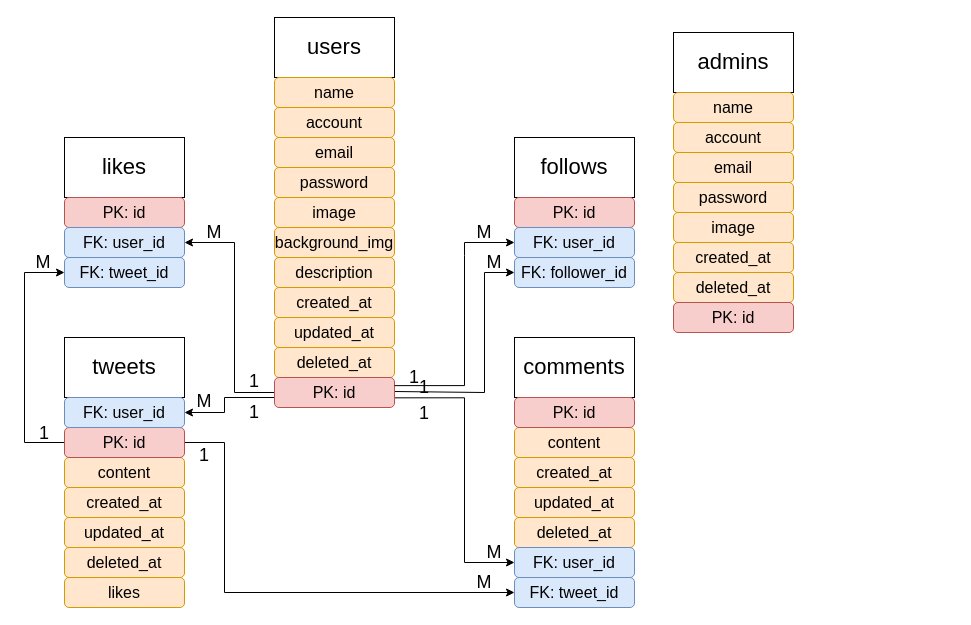
Before: page "Simple Twitter" (1 of 3) of AC Diagram.drawio in hazelisles/hazelisles, a draw.io diagram. Source tidied: cells renumbered, new cells numbered last; positions are measured from the earlier drawing's top-left corner, leaving out a move shared by most shapes. Both pictures are drawn from the tidied source at 100%, with x=0, y=0 at pixel (23, 17).
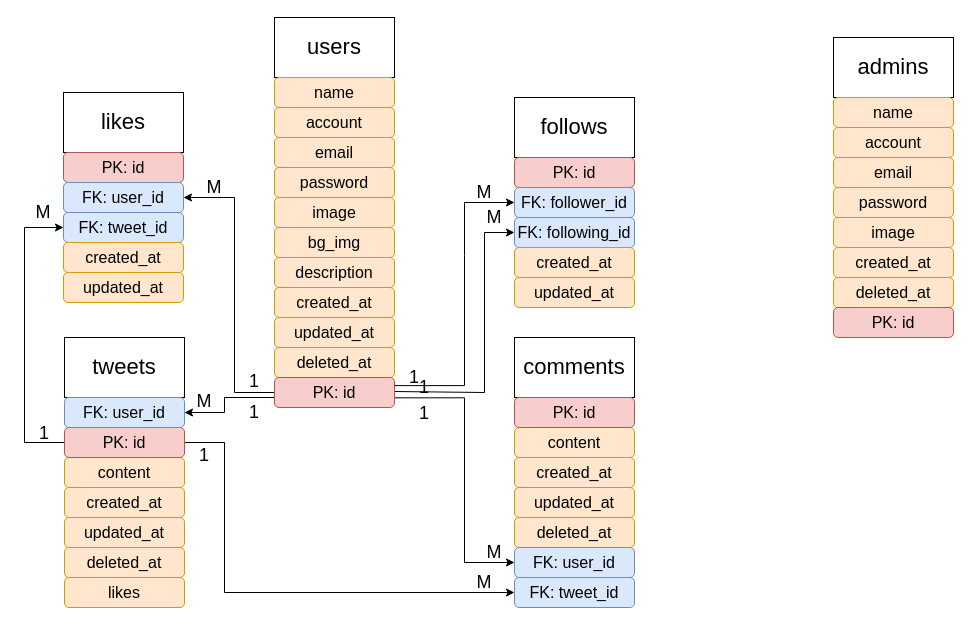
After the change.

Commit message:
Update AC Simple Twitter

Unchanged cells that the change refers to:
```xml
<mxCell id="31" value="&lt;font style=&quot;font-size: 16px&quot;&gt;PK: id&lt;/font&gt;" style="rounded=1;whiteSpace=wrap;html=1;fillColor=#f8cecc;strokeColor=#b85450;" parent="1" vertex="1">
  <mxGeometry x="251" y="360" width="120" height="30" as="geometry" />
</mxCell>
<mxCell id="36" value="&lt;font style=&quot;font-size: 16px&quot;&gt;PK: id&lt;/font&gt;" style="rounded=1;whiteSpace=wrap;html=1;fillColor=#f8cecc;strokeColor=#b85450;" parent="1" vertex="1">
  <mxGeometry x="41" y="410" width="120" height="30" as="geometry" />
</mxCell>
```

Change to the diagram source:
```diff
@@
     <mxCell id="3" value="&lt;font style=&quot;font-size: 22px&quot;&gt;likes&lt;/font&gt;" style="rounded=0;whiteSpace=wrap;html=1;" parent="1" vertex="1">
-      <mxGeometry x="41" y="120" width="120" height="60" as="geometry" />
+      <mxGeometry x="40" y="75" width="120" height="60" as="geometry" />
     </mxCell>
     <mxCell id="4" value="&lt;font style=&quot;font-size: 22px&quot;&gt;follows&lt;/font&gt;" style="rounded=0;whiteSpace=wrap;html=1;" parent="1" vertex="1">
-      <mxGeometry x="491" y="120" width="120" height="60" as="geometry" />
+      <mxGeometry x="491" y="80" width="120" height="60" as="geometry" />
     </mxCell>
@@
     <mxCell id="7" value="&lt;font style=&quot;font-size: 22px&quot;&gt;admins&lt;/font&gt;" style="rounded=0;whiteSpace=wrap;html=1;" parent="1" vertex="1">
-      <mxGeometry x="650" y="15" width="120" height="60" as="geometry" />
+      <mxGeometry x="810" y="20" width="120" height="60" as="geometry" />
     </mxCell>
@@
-    <mxCell id="13" value="&lt;font style=&quot;font-size: 16px&quot;&gt;background_img&lt;/font&gt;" style="rounded=1;whiteSpace=wrap;html=1;fillColor=#ffe6cc;strokeColor=#d79b00;" parent="1" vertex="1">
+    <mxCell id="13" value="&lt;span style=&quot;font-size: 16px&quot;&gt;bg_img&lt;/span&gt;" style="rounded=1;whiteSpace=wrap;html=1;fillColor=#ffe6cc;strokeColor=#d79b00;" parent="1" vertex="1">
       <mxGeometry x="251" y="210" width="120" height="30" as="geometry" />
     </mxCell>
@@
     <mxCell id="18" value="&lt;font style=&quot;font-size: 16px&quot;&gt;name&lt;/font&gt;" style="rounded=1;whiteSpace=wrap;html=1;fillColor=#ffe6cc;strokeColor=#d79b00;" parent="1" vertex="1">
-      <mxGeometry x="650" y="75" width="120" height="30" as="geometry" />
+      <mxGeometry x="810" y="80" width="120" height="30" as="geometry" />
     </mxCell>
     <mxCell id="19" value="&lt;font style=&quot;font-size: 16px&quot;&gt;account&lt;/font&gt;" style="rounded=1;whiteSpace=wrap;html=1;fillColor=#ffe6cc;strokeColor=#d79b00;" parent="1" vertex="1">
-      <mxGeometry x="650" y="105" width="120" height="30" as="geometry" />
+      <mxGeometry x="810" y="110" width="120" height="30" as="geometry" />
     </mxCell>
     <mxCell id="20" value="&lt;font style=&quot;font-size: 16px&quot;&gt;email&lt;/font&gt;" style="rounded=1;whiteSpace=wrap;html=1;fillColor=#ffe6cc;strokeColor=#d79b00;" parent="1" vertex="1">
-      <mxGeometry x="650" y="135" width="120" height="30" as="geometry" />
+      <mxGeometry x="810" y="140" width="120" height="30" as="geometry" />
     </mxCell>
     <mxCell id="21" value="&lt;font style=&quot;font-size: 16px&quot;&gt;password&lt;/font&gt;" style="rounded=1;whiteSpace=wrap;html=1;fillColor=#ffe6cc;strokeColor=#d79b00;" parent="1" vertex="1">
-      <mxGeometry x="650" y="165" width="120" height="30" as="geometry" />
+      <mxGeometry x="810" y="170" width="120" height="30" as="geometry" />
     </mxCell>
     <mxCell id="22" value="&lt;font style=&quot;font-size: 16px&quot;&gt;image&lt;/font&gt;" style="rounded=1;whiteSpace=wrap;html=1;fillColor=#ffe6cc;strokeColor=#d79b00;" parent="1" vertex="1">
-      <mxGeometry x="650" y="195" width="120" height="30" as="geometry" />
+      <mxGeometry x="810" y="200" width="120" height="30" as="geometry" />
     </mxCell>
     <mxCell id="23" value="&lt;font style=&quot;font-size: 16px&quot;&gt;created_at&lt;/font&gt;" style="rounded=1;whiteSpace=wrap;html=1;fillColor=#ffe6cc;strokeColor=#d79b00;" parent="1" vertex="1">
-      <mxGeometry x="650" y="225" width="120" height="30" as="geometry" />
+      <mxGeometry x="810" y="230" width="120" height="30" as="geometry" />
     </mxCell>
     <mxCell id="24" value="&lt;font style=&quot;font-size: 16px&quot;&gt;deleted_at&lt;/font&gt;" style="rounded=1;whiteSpace=wrap;html=1;fillColor=#ffe6cc;strokeColor=#d79b00;" parent="1" vertex="1">
-      <mxGeometry x="650" y="255" width="120" height="30" as="geometry" />
+      <mxGeometry x="810" y="260" width="120" height="30" as="geometry" />
     </mxCell>
     <mxCell id="25" value="&lt;font style=&quot;font-size: 16px&quot;&gt;PK: id&lt;/font&gt;" style="rounded=1;whiteSpace=wrap;html=1;fillColor=#f8cecc;strokeColor=#b85450;" parent="1" vertex="1">
-      <mxGeometry x="650" y="285" width="120" height="30" as="geometry" />
+      <mxGeometry x="810" y="290" width="120" height="30" as="geometry" />
     </mxCell>
     <mxCell id="26" style="edgeStyle=orthogonalEdgeStyle;rounded=0;jettySize=auto;html=1;entryX=1;entryY=0.5;entryDx=0;entryDy=0;exitX=0;exitY=0.25;exitDx=0;exitDy=0;" parent="1" edge="1" source="31" target="47">
       <mxGeometry relative="1" as="geometry">
         <Array as="points">
           <mxPoint x="251" y="375" />
           <mxPoint x="211" y="375" />
-          <mxPoint x="211" y="225" />
+          <mxPoint x="211" y="180" />
         </Array>
       </mxGeometry>
     </mxCell>
@@
     <mxCell id="28" style="edgeStyle=orthogonalEdgeStyle;rounded=0;jettySize=auto;html=1;entryX=0;entryY=0.5;entryDx=0;entryDy=0;startArrow=none;" parent="1" edge="1" target="58">
       <mxGeometry relative="1" as="geometry">
         <mxPoint x="441" y="238" as="sourcePoint" />
         <Array as="points">
-          <mxPoint x="441" y="225" />
+          <mxPoint x="441" y="185" />
         </Array>
       </mxGeometry>
     </mxCell>
@@
     <mxCell id="30" style="edgeStyle=orthogonalEdgeStyle;rounded=0;jettySize=auto;html=1;entryX=0;entryY=0.5;entryDx=0;entryDy=0;exitX=0.998;exitY=0.467;exitDx=0;exitDy=0;exitPerimeter=0;" parent="1" edge="1" source="31" target="59">
       <mxGeometry relative="1" as="geometry">
         <Array as="points">
           <mxPoint x="461" y="375" />
-          <mxPoint x="461" y="255" />
+          <mxPoint x="461" y="215" />
         </Array>
       </mxGeometry>
     </mxCell>
@@
     <mxCell id="34" style="edgeStyle=orthogonalEdgeStyle;rounded=0;jettySize=auto;html=1;entryX=0;entryY=0.5;entryDx=0;entryDy=0;exitX=0;exitY=0.5;exitDx=0;exitDy=0;" parent="1" edge="1" source="36" target="49">
       <mxGeometry relative="1" as="geometry">
         <Array as="points">
           <mxPoint x="1" y="425" />
-          <mxPoint x="1" y="255" />
+          <mxPoint x="1" y="210" />
         </Array>
       </mxGeometry>
     </mxCell>
@@
     <mxCell id="45" value="&lt;font style=&quot;font-size: 16px&quot;&gt;PK: id&lt;/font&gt;" style="rounded=1;whiteSpace=wrap;html=1;fillColor=#f8cecc;strokeColor=#b85450;" parent="1" vertex="1">
-      <mxGeometry x="41" y="180" width="120" height="30" as="geometry" />
+      <mxGeometry x="40" y="135" width="120" height="30" as="geometry" />
     </mxCell>
     <mxCell id="46" value="&lt;font style=&quot;font-size: 16px&quot;&gt;PK: id&lt;/font&gt;" style="rounded=1;whiteSpace=wrap;html=1;fillColor=#f8cecc;strokeColor=#b85450;" parent="1" vertex="1">
-      <mxGeometry x="491" y="180" width="120" height="30" as="geometry" />
+      <mxGeometry x="491" y="140" width="120" height="30" as="geometry" />
     </mxCell>
     <mxCell id="47" value="&lt;font style=&quot;font-size: 16px&quot;&gt;FK: user_id&lt;/font&gt;" style="rounded=1;whiteSpace=wrap;html=1;fillColor=#dae8fc;strokeColor=#6c8ebf;" parent="1" vertex="1">
-      <mxGeometry x="41" y="210" width="120" height="30" as="geometry" />
+      <mxGeometry x="40" y="165" width="120" height="30" as="geometry" />
     </mxCell>
@@
     <mxCell id="49" value="&lt;font style=&quot;font-size: 16px&quot;&gt;FK: tweet_id&lt;/font&gt;" style="rounded=1;whiteSpace=wrap;html=1;fillColor=#dae8fc;strokeColor=#6c8ebf;" parent="1" vertex="1">
-      <mxGeometry x="41" y="240" width="120" height="30" as="geometry" />
+      <mxGeometry x="40" y="195" width="120" height="30" as="geometry" />
     </mxCell>
@@
     <mxCell id="51" value="&lt;font style=&quot;font-size: 18px&quot;&gt;M&lt;/font&gt;" style="text;html=1;strokeColor=none;fillColor=none;align=center;verticalAlign=middle;whiteSpace=wrap;rounded=0;" parent="1" vertex="1">
-      <mxGeometry y="235" width="40" height="20" as="geometry" />
+      <mxGeometry y="185" width="40" height="20" as="geometry" />
     </mxCell>
@@
-    <mxCell id="58" value="&lt;font style=&quot;font-size: 16px&quot;&gt;FK: user_id&lt;/font&gt;" style="rounded=1;whiteSpace=wrap;html=1;fillColor=#dae8fc;strokeColor=#6c8ebf;" parent="1" vertex="1">
-      <mxGeometry x="491" y="210" width="120" height="30" as="geometry" />
+    <mxCell id="58" value="&lt;font style=&quot;font-size: 16px&quot;&gt;FK: follower_id&lt;/font&gt;" style="rounded=1;whiteSpace=wrap;html=1;fillColor=#dae8fc;strokeColor=#6c8ebf;" parent="1" vertex="1">
+      <mxGeometry x="491" y="170" width="120" height="30" as="geometry" />
     </mxCell>
-    <mxCell id="59" value="&lt;font style=&quot;font-size: 16px&quot;&gt;FK: follower_id&lt;/font&gt;" style="rounded=1;whiteSpace=wrap;html=1;fillColor=#dae8fc;strokeColor=#6c8ebf;" parent="1" vertex="1">
-      <mxGeometry x="491" y="240" width="120" height="30" as="geometry" />
+    <mxCell id="59" value="&lt;font style=&quot;font-size: 16px&quot;&gt;FK: following_id&lt;/font&gt;" style="rounded=1;whiteSpace=wrap;html=1;fillColor=#dae8fc;strokeColor=#6c8ebf;" parent="1" vertex="1">
+      <mxGeometry x="491" y="200" width="120" height="30" as="geometry" />
     </mxCell>
     <mxCell id="60" value="&lt;font style=&quot;font-size: 18px&quot;&gt;M&lt;/font&gt;" style="text;html=1;strokeColor=none;fillColor=none;align=center;verticalAlign=middle;whiteSpace=wrap;rounded=0;" parent="1" vertex="1">
-      <mxGeometry x="441" y="205" width="40" height="20" as="geometry" />
+      <mxGeometry x="441" y="165" width="40" height="20" as="geometry" />
     </mxCell>
@@
     <mxCell id="65" value="&lt;font style=&quot;font-size: 18px&quot;&gt;M&lt;/font&gt;" style="text;html=1;strokeColor=none;fillColor=none;align=center;verticalAlign=middle;whiteSpace=wrap;rounded=0;" parent="1" vertex="1">
-      <mxGeometry x="171" y="205" width="40" height="20" as="geometry" />
+      <mxGeometry x="171" y="160" width="40" height="20" as="geometry" />
     </mxCell>
     <mxCell id="66" value="&lt;font style=&quot;font-size: 18px&quot;&gt;M&lt;/font&gt;" style="text;html=1;strokeColor=none;fillColor=none;align=center;verticalAlign=middle;whiteSpace=wrap;rounded=0;" parent="1" vertex="1">
-      <mxGeometry x="451" y="235" width="40" height="20" as="geometry" />
+      <mxGeometry x="451" y="190" width="40" height="20" as="geometry" />
     </mxCell>
@@
+    <mxCell id="69" value="&lt;font style=&quot;font-size: 16px&quot;&gt;created_at&lt;/font&gt;" style="rounded=1;whiteSpace=wrap;html=1;fillColor=#ffe6cc;strokeColor=#d79b00;" parent="1" vertex="1">
+      <mxGeometry x="40" y="225" width="120" height="30" as="geometry" />
+    </mxCell>
+    <mxCell id="70" value="&lt;font style=&quot;font-size: 16px&quot;&gt;updated_at&lt;/font&gt;" style="rounded=1;whiteSpace=wrap;html=1;fillColor=#ffe6cc;strokeColor=#d79b00;" parent="1" vertex="1">
+      <mxGeometry x="40" y="255" width="120" height="30" as="geometry" />
+    </mxCell>
+    <mxCell id="71" value="&lt;font style=&quot;font-size: 16px&quot;&gt;created_at&lt;/font&gt;" style="rounded=1;whiteSpace=wrap;html=1;fillColor=#ffe6cc;strokeColor=#d79b00;" parent="1" vertex="1">
+      <mxGeometry x="491" y="230" width="120" height="30" as="geometry" />
+    </mxCell>
+    <mxCell id="72" value="&lt;font style=&quot;font-size: 16px&quot;&gt;updated_at&lt;/font&gt;" style="rounded=1;whiteSpace=wrap;html=1;fillColor=#ffe6cc;strokeColor=#d79b00;" parent="1" vertex="1">
+      <mxGeometry x="491" y="260" width="120" height="30" as="geometry" />
+    </mxCell>
```
